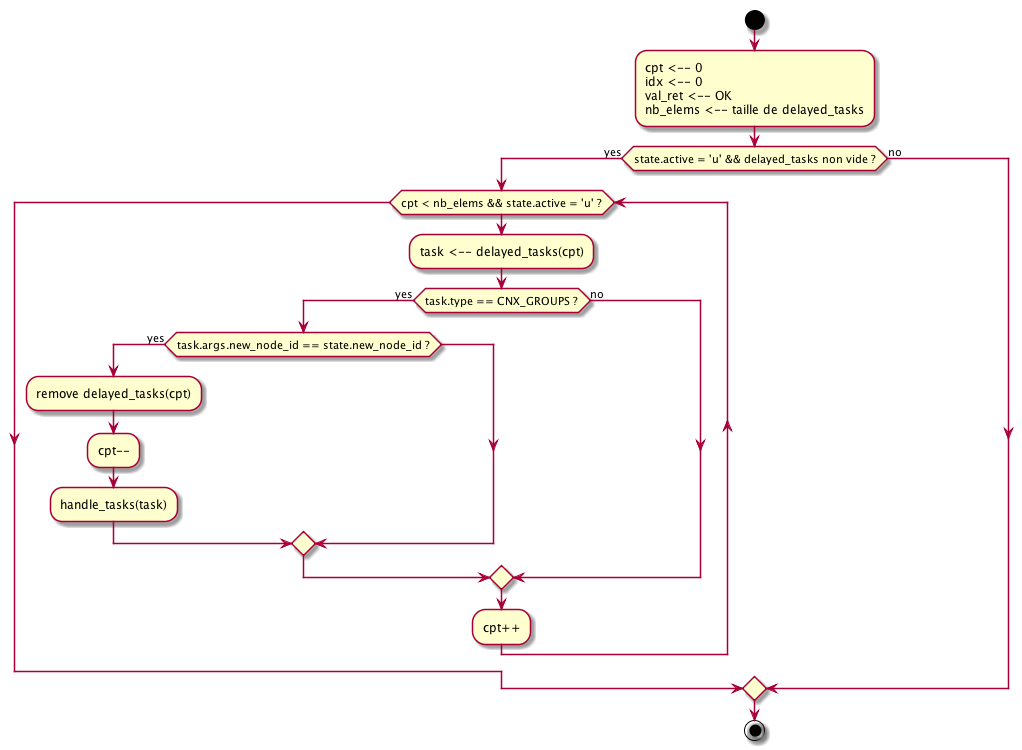
Earlier version of the PlantUML export doc/UML/Algo_run_delayed_tasks-1.png (tof25/DST). Source of this version:
```plantuml
@startuml

start

:cpt <-- 0
idx <-- 0
val_ret <-- OK
nb_elems <-- taille de delayed_tasks;

if (state.active = 'u' && delayed_tasks non vide ?) then (yes)

    while (cpt < nb_elems && state.active = 'u' ?)
        :task <-- delayed_tasks(cpt);
        if (task.type == CNX_GROUPS ?) then (yes)
            if (task.args.new_node_id == state.new_node_id ?) then (yes)
                :remove delayed_tasks(cpt);
                :cpt--;
                :handle_tasks(task);
            endif
        else (no)
        endif
        :cpt++;
    endwhile
else (no)
endif

stop

@enduml
```
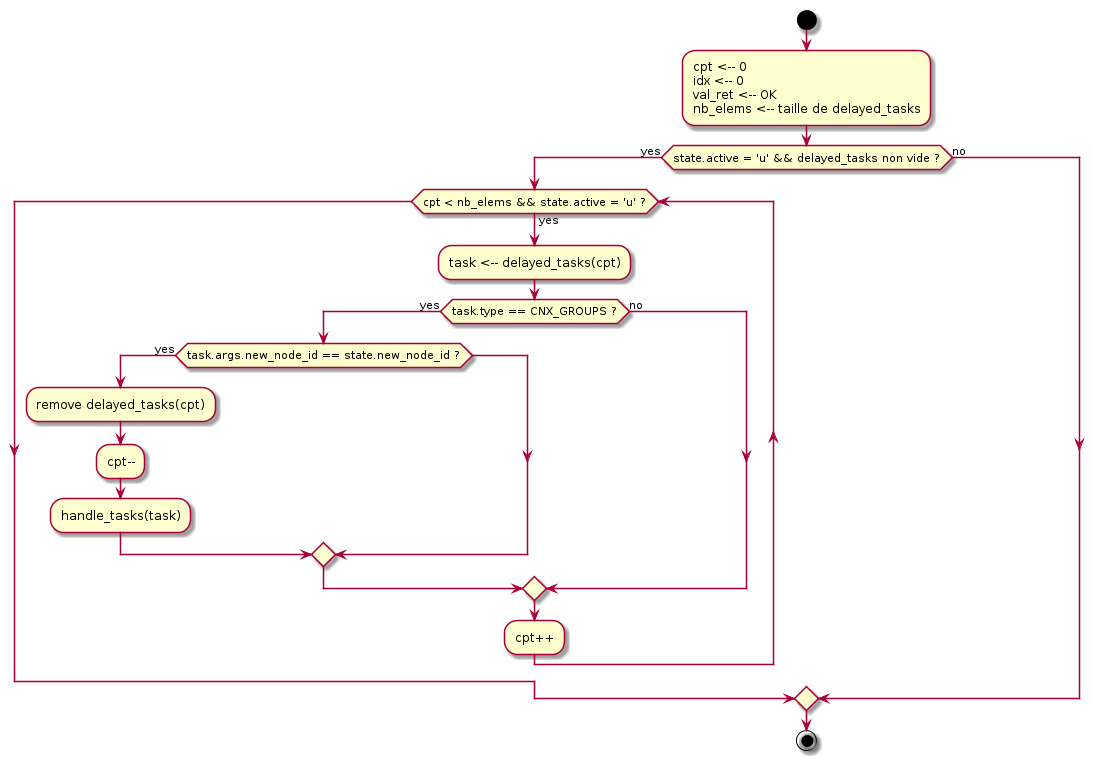
The same file after the commit.

What changed in the source:
```diff
@@ -9,7 +9,7 @@
 
 if (state.active = 'u' && delayed_tasks non vide ?) then (yes)
 
-    while (cpt < nb_elems && state.active = 'u' ?)
+    while (cpt < nb_elems && state.active = 'u' ?) is (yes)
         :task <-- delayed_tasks(cpt);
         if (task.type == CNX_GROUPS ?) then (yes)
             if (task.args.new_node_id == state.new_node_id ?) then (yes)
```
